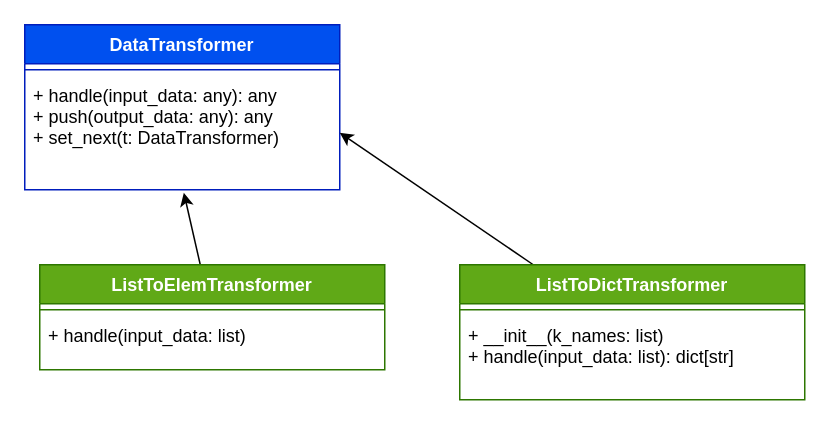
This is page "Basic Transformers" (4 of 5) of tinydataflow.drawio from ismaelnjr/tinydataflow-project, a draw.io file, before an edit. Source tidied: cells renumbered, new cells numbered last; positions are measured from the earlier drawing's top-left corner, leaving out a move shared by most shapes. Both pictures are drawn from the tidied source at 150%, with x=0, y=0 at pixel (24, 24).
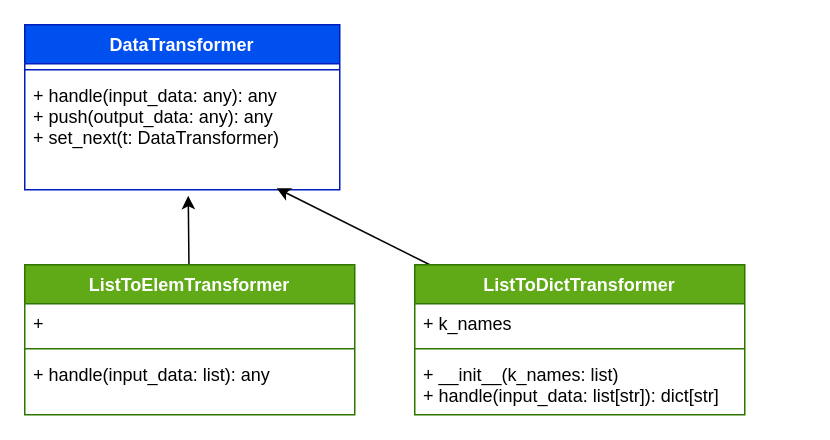
The same diagram, later.

What changed in the source:
```diff
@@
 <mxGraphModel>
   <root>
     <mxCell id="0" />
     <mxCell id="1" parent="0" />
     <mxCell id="2" value="DataTransformer" style="swimlane;fontStyle=1;align=center;verticalAlign=top;horizontal=1;startSize=26;fillColor=#0050ef;fontColor=#ffffff;strokeColor=#001DBC;" parent="1" vertex="1">
       <mxGeometry width="210" height="110" as="geometry" />
     </mxCell>
     <mxCell id="3" style="line;strokeWidth=1;fillColor=none;align=left;verticalAlign=middle;spacingTop=-1;spacingLeft=3;spacingRight=3;labelPosition=right;strokeColor=inherit;" parent="2" vertex="1">
       <mxGeometry y="26" width="210" height="8" as="geometry" />
     </mxCell>
     <mxCell id="4" value="+ handle(input_data: any): any&#10;+ push(output_data: any): any&#10;+ set_next(t: DataTransformer)&#10;" style="text;strokeColor=none;fillColor=none;align=left;verticalAlign=top;spacingLeft=4;spacingRight=4;overflow=hidden;points=[[0,0.5],[1,0.5]];portConstraint=eastwest;" parent="2" vertex="1">
       <mxGeometry y="34" width="210" height="76" as="geometry" />
     </mxCell>
-    <mxCell id="5" style="edgeStyle=none;html=1;entryX=0.505;entryY=1.026;entryDx=0;entryDy=0;entryPerimeter=0;" parent="1" edge="1" source="6" target="4">
+    <mxCell id="5" style="edgeStyle=none;html=1;entryX=0.519;entryY=1.053;entryDx=0;entryDy=0;entryPerimeter=0;" parent="1" edge="1" source="6" target="4">
       <mxGeometry relative="1" as="geometry" />
     </mxCell>
     <mxCell id="6" value="ListToElemTransformer" style="swimlane;fontStyle=1;align=center;verticalAlign=top;horizontal=1;startSize=26;fillColor=#60a917;fontColor=#ffffff;strokeColor=#2D7600;" parent="1" vertex="1">
-      <mxGeometry x="10" y="160" width="230" height="70" as="geometry" />
+      <mxGeometry y="160" width="220" height="100" as="geometry" />
     </mxCell>
-    <mxCell id="7" style="line;strokeWidth=1;fillColor=none;align=left;verticalAlign=middle;spacingTop=-1;spacingLeft=3;spacingRight=3;labelPosition=right;strokeColor=inherit;" parent="6" vertex="1">
-      <mxGeometry y="26" width="230" height="8" as="geometry" />
-    </mxCell>
-    <mxCell id="8" value="+ handle(input_data: list)&#10;" style="text;strokeColor=none;fillColor=none;align=left;verticalAlign=top;spacingLeft=4;spacingRight=4;overflow=hidden;" parent="6" vertex="1">
-      <mxGeometry y="34" width="230" height="36" as="geometry" />
-    </mxCell>
+    <mxCell id="13" value="+" style="text;strokeColor=none;fillColor=none;align=left;verticalAlign=top;spacingLeft=4;spacingRight=4;overflow=hidden;" parent="6" vertex="1">
+      <mxGeometry y="26" width="220" height="26" as="geometry" />
+    </mxCell>
+    <mxCell id="14" style="line;strokeWidth=1;fillColor=none;align=left;verticalAlign=middle;spacingTop=-1;spacingLeft=3;spacingRight=3;labelPosition=right;strokeColor=inherit;" parent="6" vertex="1">
+      <mxGeometry y="52" width="220" height="8" as="geometry" />
+    </mxCell>
+    <mxCell id="15" value="+ handle(input_data: list): any&#10;" style="text;strokeColor=none;fillColor=none;align=left;verticalAlign=top;spacingLeft=4;spacingRight=4;overflow=hidden;" parent="6" vertex="1">
+      <mxGeometry y="60" width="220" height="40" as="geometry" />
+    </mxCell>
-    <mxCell id="9" style="edgeStyle=none;html=1;entryX=1;entryY=0.5;entryDx=0;entryDy=0;" parent="1" edge="1" source="10" target="4">
+    <mxCell id="9" style="edgeStyle=none;html=1;entryX=0.8;entryY=0.987;entryDx=0;entryDy=0;entryPerimeter=0;" parent="1" edge="1" source="10" target="4">
       <mxGeometry relative="1" as="geometry" />
     </mxCell>
     <mxCell id="10" value="ListToDictTransformer" style="swimlane;fontStyle=1;align=center;verticalAlign=top;horizontal=1;startSize=26;fillColor=#60a917;fontColor=#ffffff;strokeColor=#2D7600;" parent="1" vertex="1">
-      <mxGeometry x="290" y="160" width="230" height="90" as="geometry" />
+      <mxGeometry x="260" y="160" width="220" height="100" as="geometry" />
     </mxCell>
-    <mxCell id="11" style="line;strokeWidth=1;fillColor=none;align=left;verticalAlign=middle;spacingTop=-1;spacingLeft=3;spacingRight=3;labelPosition=right;strokeColor=inherit;" parent="10" vertex="1">
-      <mxGeometry y="26" width="230" height="8" as="geometry" />
-    </mxCell>
-    <mxCell id="12" value="+ __init__(k_names: list)&#10;+ handle(input_data: list): dict[str]" style="text;strokeColor=none;fillColor=none;align=left;verticalAlign=top;spacingLeft=4;spacingRight=4;overflow=hidden;" parent="10" vertex="1">
-      <mxGeometry y="34" width="230" height="56" as="geometry" />
-    </mxCell>
+    <mxCell id="16" value="+ k_names" style="text;strokeColor=none;fillColor=none;align=left;verticalAlign=top;spacingLeft=4;spacingRight=4;overflow=hidden;" parent="10" vertex="1">
+      <mxGeometry y="26" width="220" height="26" as="geometry" />
+    </mxCell>
+    <mxCell id="17" style="line;strokeWidth=1;fillColor=none;align=left;verticalAlign=middle;spacingTop=-1;spacingLeft=3;spacingRight=3;labelPosition=right;strokeColor=inherit;" parent="10" vertex="1">
+      <mxGeometry y="52" width="220" height="8" as="geometry" />
+    </mxCell>
+    <mxCell id="18" value="+ __init__(k_names: list)&#10;+ handle(input_data: list[str]): dict[str]" style="text;strokeColor=none;fillColor=none;align=left;verticalAlign=top;spacingLeft=4;spacingRight=4;overflow=hidden;" parent="10" vertex="1">
+      <mxGeometry y="60" width="220" height="40" as="geometry" />
+    </mxCell>
   </root>
 </mxGraphModel>
```
